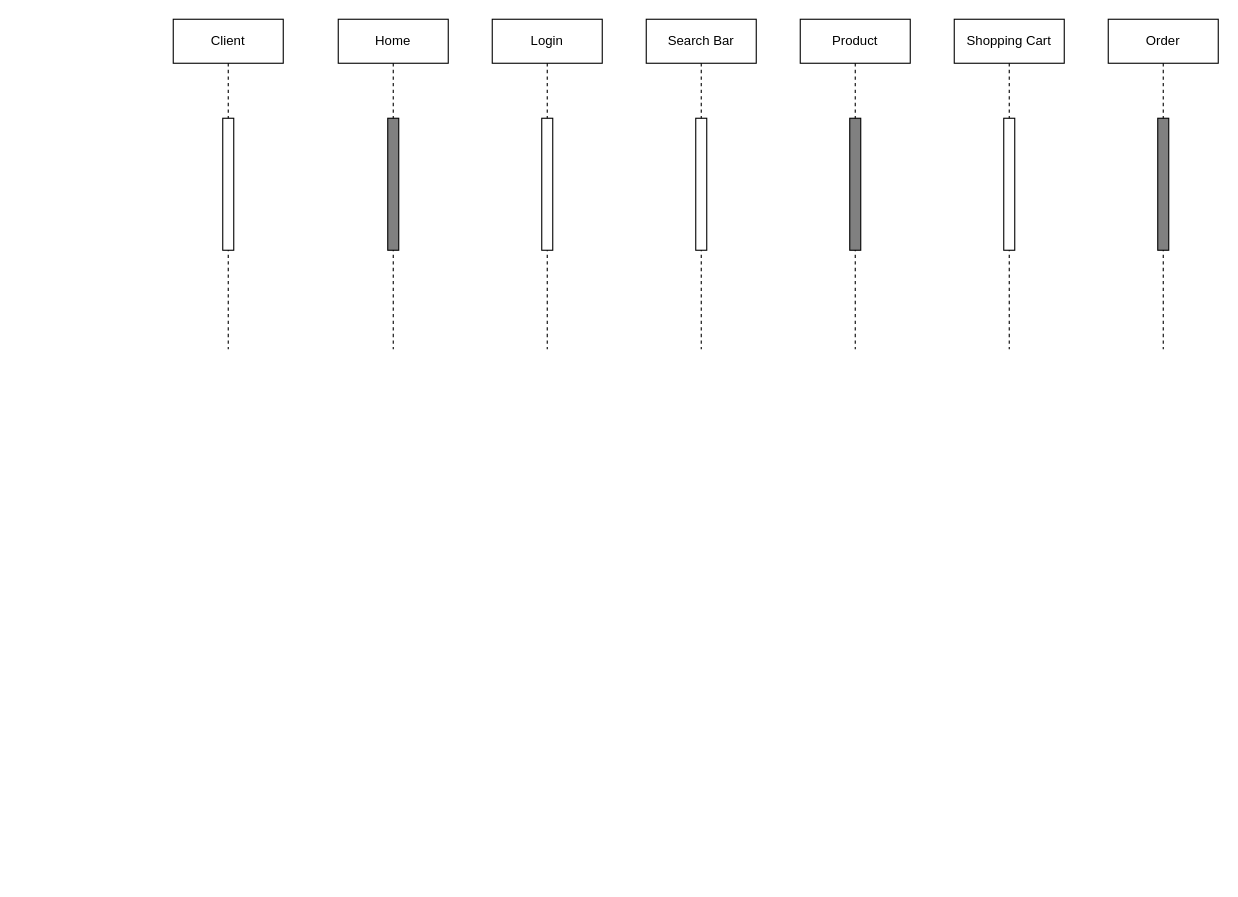
SebastA-Dev/Feature-Projects keeps this draw.io diagram as Secuence Diagram.drawio. Above is the earlier version. Source tidied: cells renumbered, new cells numbered last; positions are measured from the earlier drawing's top-left corner, leaving out a move shared by most shapes. Both pictures are drawn from the tidied source at 110%, with x=0, y=0 at pixel (173, 19).
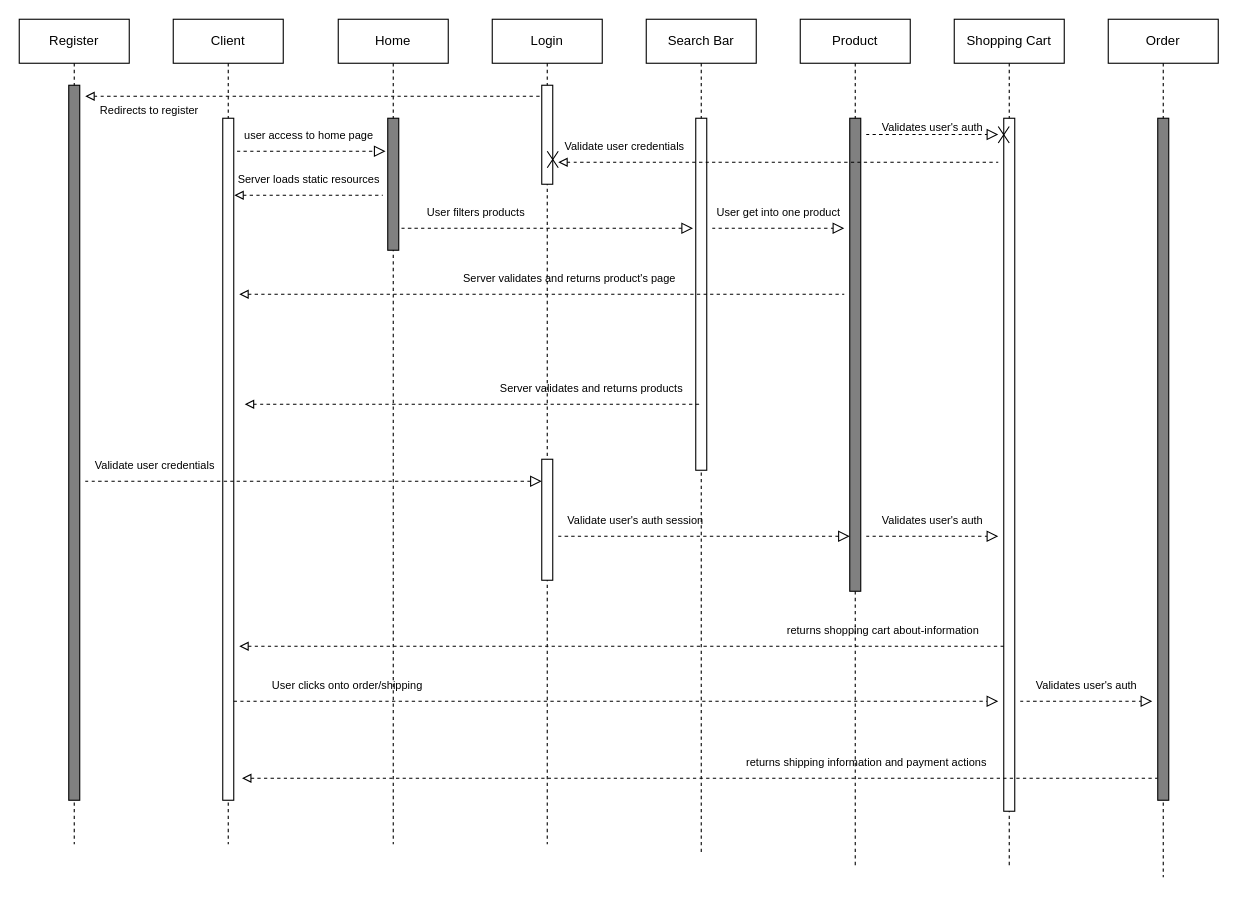
After the change.

Change to the diagram source:
```diff
@@
     <mxCell id="2" value="Home" style="shape=umlLifeline;perimeter=lifelinePerimeter;whiteSpace=wrap;html=1;newEdgeStyle={&quot;edgeStyle&quot;:&quot;elbowEdgeStyle&quot;,&quot;elbow&quot;:&quot;vertical&quot;,&quot;curved&quot;:0,&quot;rounded&quot;:0};" parent="1" vertex="1">
-      <mxGeometry x="150" width="100" height="300" as="geometry" />
+      <mxGeometry x="150" width="100" height="750" as="geometry" />
     </mxCell>
@@
     <mxCell id="4" value="Client" style="shape=umlLifeline;perimeter=lifelinePerimeter;whiteSpace=wrap;html=1;newEdgeStyle={&quot;edgeStyle&quot;:&quot;elbowEdgeStyle&quot;,&quot;elbow&quot;:&quot;vertical&quot;,&quot;curved&quot;:0,&quot;rounded&quot;:0};" parent="1" vertex="1">
-      <mxGeometry width="100" height="300" as="geometry" />
+      <mxGeometry width="100" height="750" as="geometry" />
     </mxCell>
     <mxCell id="5" style="html=1;perimeter=orthogonalPerimeter;targetShapes=umlLifeline;newEdgeStyle={&quot;curved&quot;:0,&quot;rounded&quot;:0};" parent="4" vertex="1">
-      <mxGeometry x="45" y="90" width="10" height="120" as="geometry" />
+      <mxGeometry x="45" y="90" width="10" height="620" as="geometry" />
     </mxCell>
     <mxCell id="6" value="Search Bar" style="shape=umlLifeline;perimeter=lifelinePerimeter;whiteSpace=wrap;html=1;newEdgeStyle={&quot;edgeStyle&quot;:&quot;elbowEdgeStyle&quot;,&quot;elbow&quot;:&quot;vertical&quot;,&quot;curved&quot;:0,&quot;rounded&quot;:0};" parent="1" vertex="1">
-      <mxGeometry x="430" width="100" height="300" as="geometry" />
+      <mxGeometry x="430" width="100" height="760" as="geometry" />
     </mxCell>
     <mxCell id="7" style="html=1;perimeter=orthogonalPerimeter;targetShapes=umlLifeline;newEdgeStyle={&quot;curved&quot;:0,&quot;rounded&quot;:0};" parent="6" vertex="1">
-      <mxGeometry x="45" y="90" width="10" height="120" as="geometry" />
+      <mxGeometry x="45" y="90" width="10" height="320" as="geometry" />
     </mxCell>
     <mxCell id="8" value="Shopping Cart" style="shape=umlLifeline;perimeter=lifelinePerimeter;whiteSpace=wrap;html=1;newEdgeStyle={&quot;edgeStyle&quot;:&quot;elbowEdgeStyle&quot;,&quot;elbow&quot;:&quot;vertical&quot;,&quot;curved&quot;:0,&quot;rounded&quot;:0};" parent="1" vertex="1">
-      <mxGeometry x="710" width="100" height="300" as="geometry" />
+      <mxGeometry x="710" width="100" height="770" as="geometry" />
     </mxCell>
     <mxCell id="9" style="html=1;points=[[0,0,0,0,5],[0,1,0,0,-5],[1,0,0,0,5],[1,1,0,0,-5]];perimeter=orthogonalPerimeter;outlineConnect=0;targetShapes=umlLifeline;portConstraint=eastwest;newEdgeStyle={&quot;curved&quot;:0,&quot;rounded&quot;:0};" parent="8" vertex="1">
-      <mxGeometry x="45" y="90" width="10" height="120" as="geometry" />
+      <mxGeometry x="45" y="90" width="10" height="630" as="geometry" />
     </mxCell>
     <mxCell id="10" value="Product" style="shape=umlLifeline;perimeter=lifelinePerimeter;whiteSpace=wrap;html=1;newEdgeStyle={&quot;edgeStyle&quot;:&quot;elbowEdgeStyle&quot;,&quot;elbow&quot;:&quot;vertical&quot;,&quot;curved&quot;:0,&quot;rounded&quot;:0};" parent="1" vertex="1">
-      <mxGeometry x="570" width="100" height="300" as="geometry" />
+      <mxGeometry x="570" width="100" height="770" as="geometry" />
     </mxCell>
     <mxCell id="11" style="html=1;points=[[0,0,0,0,5],[0,1,0,0,-5],[1,0,0,0,5],[1,1,0,0,-5]];perimeter=orthogonalPerimeter;outlineConnect=0;targetShapes=umlLifeline;portConstraint=eastwest;newEdgeStyle={&quot;curved&quot;:0,&quot;rounded&quot;:0};fillColor=#808080;" parent="10" vertex="1">
-      <mxGeometry x="45" y="90" width="10" height="120" as="geometry" />
+      <mxGeometry x="45" y="90" width="10" height="430" as="geometry" />
     </mxCell>
     <mxCell id="12" value="Order" style="shape=umlLifeline;perimeter=lifelinePerimeter;whiteSpace=wrap;html=1;newEdgeStyle={&quot;edgeStyle&quot;:&quot;elbowEdgeStyle&quot;,&quot;elbow&quot;:&quot;vertical&quot;,&quot;curved&quot;:0,&quot;rounded&quot;:0};" parent="1" vertex="1">
-      <mxGeometry x="850" width="100" height="300" as="geometry" />
+      <mxGeometry x="850" width="100" height="780" as="geometry" />
     </mxCell>
     <mxCell id="13" style="html=1;points=[[0,0,0,0,5],[0,1,0,0,-5],[1,0,0,0,5],[1,1,0,0,-5]];perimeter=orthogonalPerimeter;outlineConnect=0;targetShapes=umlLifeline;portConstraint=eastwest;newEdgeStyle={&quot;curved&quot;:0,&quot;rounded&quot;:0};fillColor=#808080;" parent="12" vertex="1">
-      <mxGeometry x="45" y="90" width="10" height="120" as="geometry" />
+      <mxGeometry x="45" y="90" width="10" height="620" as="geometry" />
     </mxCell>
     <mxCell id="14" value="Login" style="shape=umlLifeline;perimeter=lifelinePerimeter;whiteSpace=wrap;html=1;newEdgeStyle={&quot;edgeStyle&quot;:&quot;elbowEdgeStyle&quot;,&quot;elbow&quot;:&quot;vertical&quot;,&quot;curved&quot;:0,&quot;rounded&quot;:0};" parent="1" vertex="1">
-      <mxGeometry x="290" width="100" height="300" as="geometry" />
+      <mxGeometry x="290" width="100" height="750" as="geometry" />
     </mxCell>
     <mxCell id="15" style="html=1;points=[[0,0,0,0,5],[0,1,0,0,-5],[1,0,0,0,5],[1,1,0,0,-5]];perimeter=orthogonalPerimeter;outlineConnect=0;targetShapes=umlLifeline;portConstraint=eastwest;newEdgeStyle={&quot;curved&quot;:0,&quot;rounded&quot;:0};" parent="14" vertex="1">
-      <mxGeometry x="45" y="90" width="10" height="120" as="geometry" />
+      <mxGeometry x="45" y="60" width="10" height="90" as="geometry" />
     </mxCell>
+    <mxCell id="16" style="html=1;points=[[0,0,0,0,5],[0,1,0,0,-5],[1,0,0,0,5],[1,1,0,0,-5]];perimeter=orthogonalPerimeter;outlineConnect=0;targetShapes=umlLifeline;portConstraint=eastwest;newEdgeStyle={&quot;curved&quot;:0,&quot;rounded&quot;:0};" parent="14" vertex="1">
+      <mxGeometry x="45" y="400" width="10" height="110" as="geometry" />
+    </mxCell>
+    <mxCell id="17" style="endArrow=block;startArrow=none;endFill=0;startFill=0;endSize=8;html=1;verticalAlign=bottom;dashed=1;labelBackgroundColor=none;rounded=0;fontSize=12;curved=1;" parent="1" edge="1">
+      <mxGeometry relative="1" as="geometry">
+        <mxPoint x="58" y="120" as="sourcePoint" />
+        <mxPoint x="193" y="120" as="targetPoint" />
+      </mxGeometry>
+    </mxCell>
+    <mxCell id="18" value="user access to home page" style="text;html=1;align=center;verticalAlign=middle;strokeColor=none;fillColor=none;fontSize=10;" parent="1" vertex="1">
+      <mxGeometry x="53" y="90" width="140" height="30" as="geometry" />
+    </mxCell>
+    <mxCell id="19" style="endArrow=none;startArrow=block;endFill=0;startFill=0;endSize=8;html=1;verticalAlign=bottom;dashed=1;labelBackgroundColor=none;rounded=0;fontSize=12;curved=1;" parent="1" edge="1">
+      <mxGeometry relative="1" as="geometry">
+        <mxPoint x="55.5" y="160" as="sourcePoint" />
+        <mxPoint x="190.5" y="160" as="targetPoint" />
+      </mxGeometry>
+    </mxCell>
+    <mxCell id="20" value="Server loads static resources" style="text;html=1;align=center;verticalAlign=middle;strokeColor=none;fillColor=none;fontSize=10;" parent="1" vertex="1">
+      <mxGeometry x="48" y="130" width="150" height="30" as="geometry" />
+    </mxCell>
+    <mxCell id="21" style="endArrow=block;startArrow=none;endFill=0;startFill=0;endSize=8;html=1;verticalAlign=bottom;dashed=1;labelBackgroundColor=none;rounded=0;fontSize=12;curved=1;" parent="1" edge="1">
+      <mxGeometry relative="1" as="geometry">
+        <mxPoint x="207.5" y="190" as="sourcePoint" />
+        <mxPoint x="472.5" y="190" as="targetPoint" />
+      </mxGeometry>
+    </mxCell>
+    <mxCell id="22" value="User filters products" style="text;html=1;align=center;verticalAlign=middle;strokeColor=none;fillColor=none;fontSize=10;" parent="1" vertex="1">
+      <mxGeometry x="220" y="160" width="110" height="30" as="geometry" />
+    </mxCell>
+    <mxCell id="23" style="endArrow=none;startArrow=block;endFill=0;startFill=0;endSize=8;html=1;verticalAlign=bottom;dashed=1;labelBackgroundColor=none;rounded=0;fontSize=12;curved=1;" parent="1" edge="1">
+      <mxGeometry relative="1" as="geometry">
+        <mxPoint x="65" y="350" as="sourcePoint" />
+        <mxPoint x="480" y="350" as="targetPoint" />
+      </mxGeometry>
+    </mxCell>
+    <mxCell id="24" value="Server validates and returns products" style="text;html=1;align=center;verticalAlign=middle;strokeColor=none;fillColor=none;fontSize=10;" parent="1" vertex="1">
+      <mxGeometry x="280" y="320" width="200" height="30" as="geometry" />
+    </mxCell>
+    <mxCell id="25" value="User get into one product" style="text;html=1;align=center;verticalAlign=middle;strokeColor=none;fillColor=none;fontSize=10;" parent="1" vertex="1">
+      <mxGeometry x="480" y="160" width="140" height="30" as="geometry" />
+    </mxCell>
+    <mxCell id="26" style="endArrow=block;startArrow=none;endFill=0;startFill=0;endSize=8;html=1;verticalAlign=bottom;dashed=1;labelBackgroundColor=none;rounded=0;fontSize=12;curved=1;" parent="1" edge="1">
+      <mxGeometry relative="1" as="geometry">
+        <mxPoint x="490" y="190" as="sourcePoint" />
+        <mxPoint x="610" y="190" as="targetPoint" />
+      </mxGeometry>
+    </mxCell>
+    <mxCell id="27" style="endArrow=none;startArrow=block;endFill=0;startFill=0;endSize=8;html=1;verticalAlign=bottom;dashed=1;labelBackgroundColor=none;rounded=0;fontSize=12;curved=1;" parent="1" edge="1">
+      <mxGeometry relative="1" as="geometry">
+        <mxPoint x="60" y="250" as="sourcePoint" />
+        <mxPoint x="610" y="250" as="targetPoint" />
+      </mxGeometry>
+    </mxCell>
+    <mxCell id="28" value="Server validates and returns product's page" style="text;html=1;align=center;verticalAlign=middle;strokeColor=none;fillColor=none;fontSize=10;" parent="1" vertex="1">
+      <mxGeometry x="250" y="220" width="220" height="30" as="geometry" />
+    </mxCell>
+    <mxCell id="29" style="endArrow=block;startArrow=none;endFill=0;startFill=0;endSize=8;html=1;verticalAlign=bottom;dashed=1;labelBackgroundColor=none;rounded=0;fontSize=12;curved=1;" parent="1" edge="1">
+      <mxGeometry relative="1" as="geometry">
+        <mxPoint x="630" y="104.8" as="sourcePoint" />
+        <mxPoint x="750" y="104.8" as="targetPoint" />
+      </mxGeometry>
+    </mxCell>
+    <mxCell id="30" value="Validates user's auth" style="text;html=1;align=center;verticalAlign=middle;strokeColor=none;fillColor=none;fontSize=10;" parent="1" vertex="1">
+      <mxGeometry x="630" y="82.5" width="120" height="30" as="geometry" />
+    </mxCell>
+    <mxCell id="31" style="shape=umlDestroy;html=1;" parent="1" vertex="1">
+      <mxGeometry x="750" y="97.5" width="10" height="15" as="geometry" />
+    </mxCell>
+    <mxCell id="32" style="endArrow=none;startArrow=block;endFill=0;startFill=0;endSize=8;html=1;verticalAlign=bottom;dashed=1;labelBackgroundColor=none;rounded=0;fontSize=12;curved=1;" parent="1" edge="1">
+      <mxGeometry relative="1" as="geometry">
+        <mxPoint x="350" y="130" as="sourcePoint" />
+        <mxPoint x="750" y="130" as="targetPoint" />
+      </mxGeometry>
+    </mxCell>
+    <mxCell id="33" value="Register" style="shape=umlLifeline;perimeter=lifelinePerimeter;whiteSpace=wrap;html=1;newEdgeStyle={&quot;edgeStyle&quot;:&quot;elbowEdgeStyle&quot;,&quot;elbow&quot;:&quot;vertical&quot;,&quot;curved&quot;:0,&quot;rounded&quot;:0};" parent="1" vertex="1">
+      <mxGeometry x="-140" width="100" height="750" as="geometry" />
+    </mxCell>
+    <mxCell id="34" style="html=1;perimeter=orthogonalPerimeter;targetShapes=umlLifeline;newEdgeStyle={&quot;curved&quot;:0,&quot;rounded&quot;:0};fillColor=#808080;" parent="33" vertex="1">
+      <mxGeometry x="45" y="60" width="10" height="650" as="geometry" />
+    </mxCell>
+    <mxCell id="35" value="Validate user credentials" style="text;html=1;align=center;verticalAlign=middle;strokeColor=none;fillColor=none;fontSize=10;" parent="1" vertex="1">
+      <mxGeometry x="340" y="100" width="140" height="30" as="geometry" />
+    </mxCell>
+    <mxCell id="36" style="shape=umlDestroy;html=1;" parent="1" vertex="1">
+      <mxGeometry x="340" y="120" width="10" height="15" as="geometry" />
+    </mxCell>
+    <mxCell id="37" style="endArrow=none;startArrow=block;endFill=0;startFill=0;endSize=8;html=1;verticalAlign=bottom;dashed=1;labelBackgroundColor=none;rounded=0;fontSize=12;curved=1;" parent="1" edge="1" target="15">
+      <mxGeometry relative="1" as="geometry">
+        <mxPoint x="-80" y="70" as="sourcePoint" />
+      </mxGeometry>
+    </mxCell>
+    <mxCell id="38" value="Redirects to register" style="text;html=1;align=center;verticalAlign=middle;strokeColor=none;fillColor=none;fontSize=10;" parent="1" vertex="1">
+      <mxGeometry x="-82" y="67.5" width="120" height="30" as="geometry" />
+    </mxCell>
+    <mxCell id="39" style="endArrow=block;startArrow=none;endFill=0;startFill=0;endSize=8;html=1;verticalAlign=bottom;dashed=1;labelBackgroundColor=none;rounded=0;fontSize=12;curved=1;" parent="1" edge="1" target="16">
+      <mxGeometry relative="1" as="geometry">
+        <mxPoint x="-80" y="420" as="sourcePoint" />
+      </mxGeometry>
+    </mxCell>
+    <mxCell id="40" value="Validate user credentials" style="text;html=1;align=center;verticalAlign=middle;strokeColor=none;fillColor=none;fontSize=10;" parent="1" vertex="1">
+      <mxGeometry x="-87" y="390" width="140" height="30" as="geometry" />
+    </mxCell>
+    <mxCell id="41" style="endArrow=block;startArrow=none;endFill=0;startFill=0;endSize=8;html=1;verticalAlign=bottom;dashed=1;labelBackgroundColor=none;rounded=0;fontSize=12;curved=1;" parent="1" edge="1" target="11">
+      <mxGeometry relative="1" as="geometry">
+        <mxPoint x="350" y="470" as="sourcePoint" />
+      </mxGeometry>
+    </mxCell>
+    <mxCell id="42" value="Validate user's auth session" style="text;html=1;align=center;verticalAlign=middle;strokeColor=none;fillColor=none;fontSize=10;" parent="1" vertex="1">
+      <mxGeometry x="345" y="440" width="150" height="30" as="geometry" />
+    </mxCell>
+    <mxCell id="43" style="endArrow=block;startArrow=none;endFill=0;startFill=0;endSize=8;html=1;verticalAlign=bottom;dashed=1;labelBackgroundColor=none;rounded=0;fontSize=12;curved=1;" parent="1" edge="1">
+      <mxGeometry relative="1" as="geometry">
+        <mxPoint x="630" y="470" as="sourcePoint" />
+        <mxPoint x="750" y="470" as="targetPoint" />
+      </mxGeometry>
+    </mxCell>
+    <mxCell id="44" value="Validates user's auth" style="text;html=1;align=center;verticalAlign=middle;strokeColor=none;fillColor=none;fontSize=10;" parent="1" vertex="1">
+      <mxGeometry x="630" y="440" width="120" height="30" as="geometry" />
+    </mxCell>
+    <mxCell id="45" style="endArrow=none;startArrow=block;endFill=0;startFill=0;endSize=8;html=1;verticalAlign=bottom;dashed=1;labelBackgroundColor=none;rounded=0;fontSize=12;curved=1;" parent="1" edge="1" target="9">
+      <mxGeometry relative="1" as="geometry">
+        <mxPoint x="60" y="570" as="sourcePoint" />
+      </mxGeometry>
+    </mxCell>
+    <mxCell id="46" value="returns shopping cart about-information" style="text;html=1;align=center;verticalAlign=middle;strokeColor=none;fillColor=none;fontSize=10;" parent="1" vertex="1">
+      <mxGeometry x="540" y="540" width="210" height="30" as="geometry" />
+    </mxCell>
+    <mxCell id="47" style="endArrow=block;startArrow=none;endFill=0;startFill=0;endSize=8;html=1;verticalAlign=bottom;dashed=1;labelBackgroundColor=none;rounded=0;fontSize=12;curved=1;" parent="1" edge="1">
+      <mxGeometry relative="1" as="geometry">
+        <mxPoint x="55" y="620" as="sourcePoint" />
+        <mxPoint x="750" y="620" as="targetPoint" />
+      </mxGeometry>
+    </mxCell>
+    <mxCell id="48" value="User clicks onto order/shipping" style="text;html=1;align=center;verticalAlign=middle;strokeColor=none;fillColor=none;fontSize=10;" parent="1" vertex="1">
+      <mxGeometry x="78" y="590" width="160" height="30" as="geometry" />
+    </mxCell>
+    <mxCell id="49" style="endArrow=block;startArrow=none;endFill=0;startFill=0;endSize=8;html=1;verticalAlign=bottom;dashed=1;labelBackgroundColor=none;rounded=0;fontSize=12;curved=1;" parent="1" edge="1">
+      <mxGeometry relative="1" as="geometry">
+        <mxPoint x="770" y="620" as="sourcePoint" />
+        <mxPoint x="890" y="620" as="targetPoint" />
+      </mxGeometry>
+    </mxCell>
+    <mxCell id="50" value="Validates user's auth" style="text;html=1;align=center;verticalAlign=middle;strokeColor=none;fillColor=none;fontSize=10;" parent="1" vertex="1">
+      <mxGeometry x="770" y="590" width="120" height="30" as="geometry" />
+    </mxCell>
+    <mxCell id="51" style="endArrow=none;startArrow=block;endFill=0;startFill=0;endSize=8;html=1;verticalAlign=bottom;dashed=1;labelBackgroundColor=none;rounded=0;fontSize=12;curved=1;" parent="1" edge="1" target="13">
+      <mxGeometry relative="1" as="geometry">
+        <mxPoint x="62.5" y="690" as="sourcePoint" />
+      </mxGeometry>
+    </mxCell>
+    <mxCell id="52" value="returns shipping information and payment actions" style="text;html=1;align=center;verticalAlign=middle;strokeColor=none;fillColor=none;fontSize=10;" parent="1" vertex="1">
+      <mxGeometry x="500" y="660" width="260" height="30" as="geometry" />
+    </mxCell>
```
